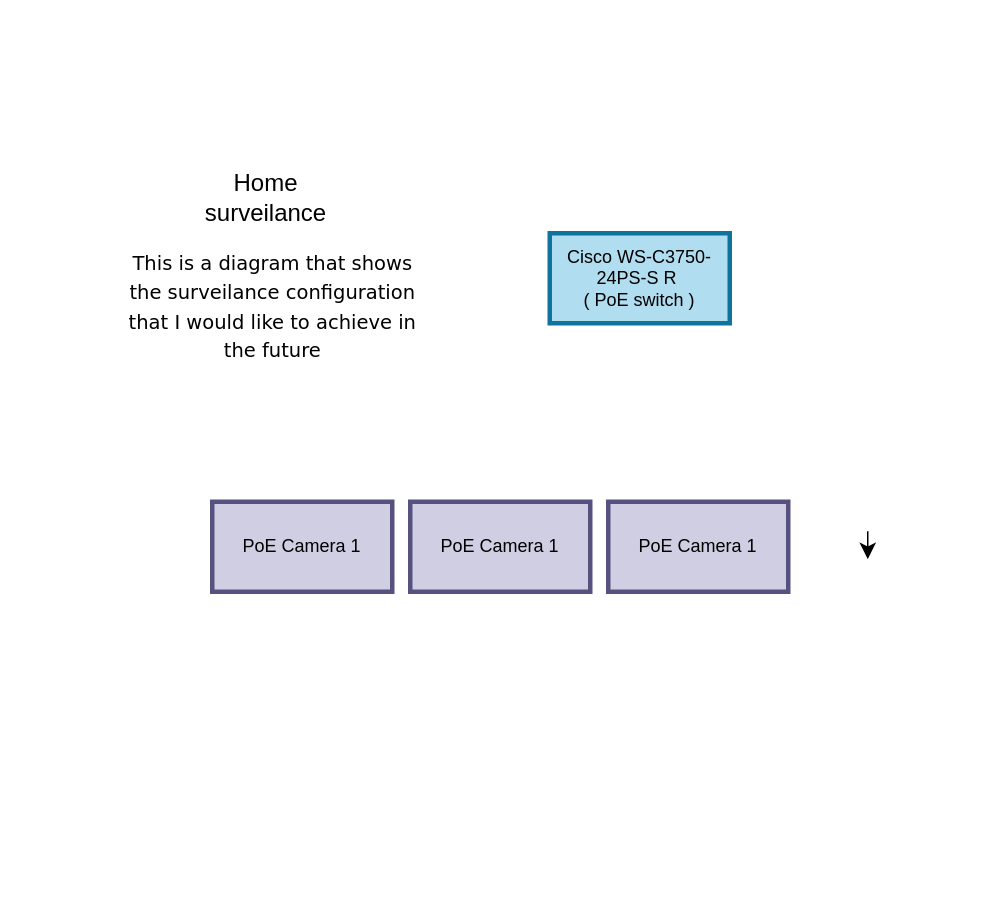
Before: info/Surveilance.drawio in AndreansxTech/Routing-in-the-stars, a draw.io diagram. Source tidied: cells renumbered, new cells numbered last; positions are measured from the earlier drawing's top-left corner, leaving out a move shared by most shapes. Both pictures are drawn from the tidied source at 150%, with x=0, y=0 at pixel (126, 174).
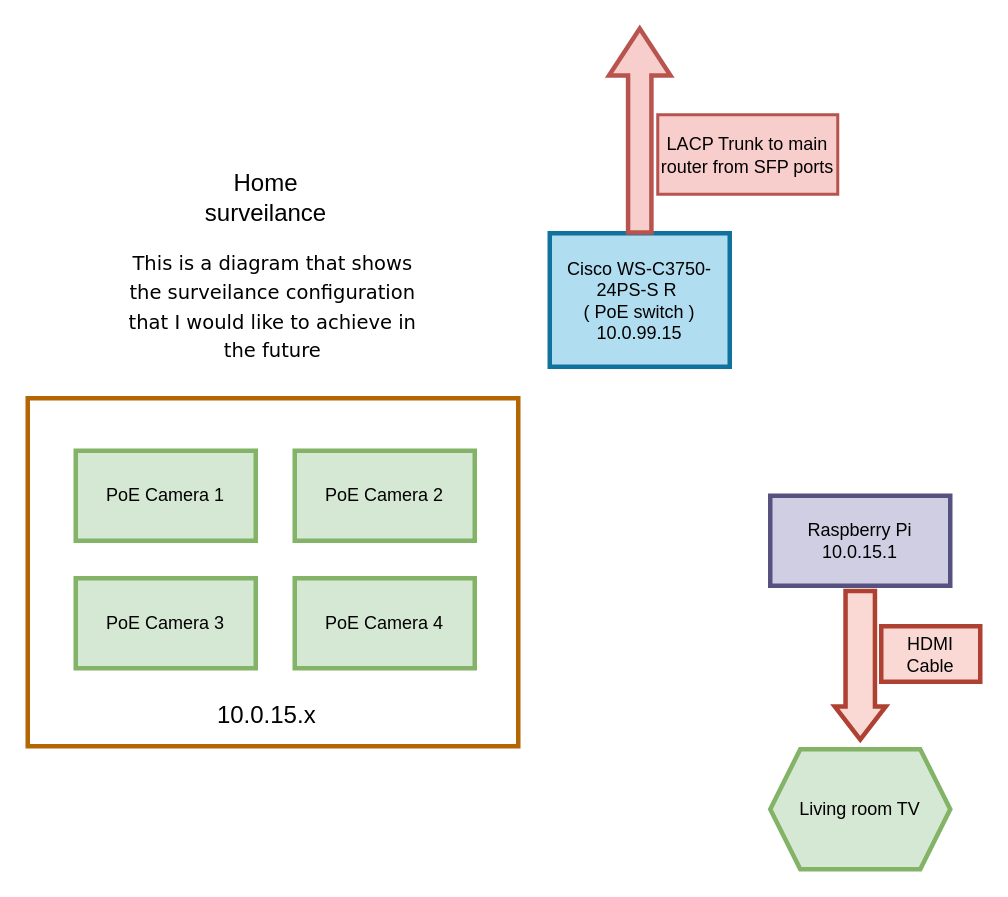
The same page after the edit.

The edit, as a diff of the source:
```diff
@@
 <mxGraphModel>
   <root>
     <mxCell id="0" />
     <mxCell id="1" parent="0" />
+    <mxCell id="9" style="whiteSpace=wrap;html=1;fillColor=none;strokeColor=#b46504;strokeWidth=3;" parent="1" vertex="1">
+      <mxGeometry x="-66" y="149" width="327" height="232" as="geometry" />
+    </mxCell>
     <mxCell id="2" value="Home surveilance" style="text;strokeColor=none;align=center;fillColor=none;html=1;verticalAlign=middle;whiteSpace=wrap;rounded=0;fontSize=16;" parent="1" vertex="1">
       <mxGeometry x="63" width="60" height="30" as="geometry" />
     </mxCell>
     <mxCell id="3" value="&lt;p&gt;&lt;font style=&quot;font-size: 13px;&quot; face=&quot;Verdana&quot;&gt;This is a diagram that shows the surveilance configuration that I would like to achieve in the future&lt;/font&gt;&lt;/p&gt;" style="text;strokeColor=none;align=center;fillColor=none;html=1;verticalAlign=middle;whiteSpace=wrap;rounded=0;fontSize=16;" parent="1" vertex="1">
       <mxGeometry y="39" width="195" height="96" as="geometry" />
     </mxCell>
-    <mxCell id="4" value="Cisco WS-C3750-24PS-S R&amp;nbsp;&lt;div&gt;( PoE switch )&lt;/div&gt;" style="whiteSpace=wrap;html=1;fillColor=#b1ddf0;strokeColor=#10739e;strokeWidth=3;" parent="1" vertex="1">
-      <mxGeometry x="282" y="39" width="120" height="60" as="geometry" />
+    <mxCell id="4" value="Cisco WS-C3750-24PS-S R&amp;nbsp;&lt;div&gt;( PoE switch )&lt;/div&gt;&lt;div&gt;10.0.99.15&lt;/div&gt;" style="whiteSpace=wrap;html=1;fillColor=#b1ddf0;strokeColor=#10739e;strokeWidth=3;" parent="1" vertex="1">
+      <mxGeometry x="282" y="39" width="120" height="89" as="geometry" />
     </mxCell>
-    <mxCell id="5" style="edgeStyle=none;curved=1;rounded=0;orthogonalLoop=1;jettySize=auto;html=1;fontSize=12;startSize=8;endSize=8;" parent="1" edge="1">
-      <mxGeometry relative="1" as="geometry">
-        <mxPoint x="494" y="237.7" as="sourcePoint" />
-        <mxPoint x="494" y="256.3" as="targetPoint" />
-      </mxGeometry>
-    </mxCell>
-    <mxCell id="6" value="PoE Camera 1" style="whiteSpace=wrap;html=1;fillColor=#d0cee2;strokeColor=#56517e;strokeWidth=3;" parent="1" vertex="1">
-      <mxGeometry x="57" y="218" width="120" height="60" as="geometry" />
+    <mxCell id="6" value="PoE Camera 1" style="whiteSpace=wrap;html=1;fillColor=#d5e8d4;strokeColor=#82b366;strokeWidth=3;" parent="1" vertex="1">
+      <mxGeometry x="-34" y="184" width="120" height="60" as="geometry" />
     </mxCell>
-    <mxCell id="7" value="PoE Camera 1" style="whiteSpace=wrap;html=1;fillColor=#d0cee2;strokeColor=#56517e;strokeWidth=3;" parent="1" vertex="1">
-      <mxGeometry x="189" y="218" width="120" height="60" as="geometry" />
+    <mxCell id="7" value="PoE Camera 2" style="whiteSpace=wrap;html=1;fillColor=#d5e8d4;strokeColor=#82b366;strokeWidth=3;" parent="1" vertex="1">
+      <mxGeometry x="112" y="184" width="120" height="60" as="geometry" />
     </mxCell>
-    <mxCell id="8" value="PoE Camera 1" style="whiteSpace=wrap;html=1;fillColor=#d0cee2;strokeColor=#56517e;strokeWidth=3;" parent="1" vertex="1">
-      <mxGeometry x="321" y="218" width="120" height="60" as="geometry" />
+    <mxCell id="8" value="PoE Camera 3" style="whiteSpace=wrap;html=1;fillColor=#d5e8d4;strokeColor=#82b366;strokeWidth=3;" parent="1" vertex="1">
+      <mxGeometry x="-34" y="269" width="120" height="60" as="geometry" />
     </mxCell>
+    <mxCell id="10" value="Raspberry Pi&lt;div&gt;10.0.15.1&lt;/div&gt;" style="whiteSpace=wrap;html=1;fillColor=#d0cee2;strokeColor=#56517e;strokeWidth=3;" parent="1" vertex="1">
+      <mxGeometry x="429" y="214" width="120" height="60" as="geometry" />
+    </mxCell>
+    <mxCell id="11" style="shape=singleArrow;whiteSpace=wrap;html=1;arrowWidth=0.5761904761904758;arrowSize=0.2225274725274722;rotation=90;fillColor=#fad9d5;strokeColor=#ae4132;strokeWidth=3;" parent="1" vertex="1">
+      <mxGeometry x="439.5" y="310" width="99" height="34" as="geometry" />
+    </mxCell>
+    <mxCell id="12" value="HDMI&lt;div&gt;Cable&lt;/div&gt;" style="whiteSpace=wrap;html=1;fillColor=#fad9d5;strokeColor=#ae4132;strokeWidth=3;" parent="1" vertex="1">
+      <mxGeometry x="503" y="301" width="66" height="37" as="geometry" />
+    </mxCell>
+    <mxCell id="13" value="10.0.15.x" style="text;html=1;align=center;verticalAlign=middle;strokeColor=none;fillColor=none;fontSize=16;" parent="1" vertex="1">
+      <mxGeometry x="51" y="344" width="84" height="31" as="geometry" />
+    </mxCell>
+    <mxCell id="14" value="PoE Camera 4" style="whiteSpace=wrap;html=1;fillColor=#d5e8d4;strokeColor=#82b366;strokeWidth=3;" parent="1" vertex="1">
+      <mxGeometry x="112" y="269" width="120" height="60" as="geometry" />
+    </mxCell>
+    <mxCell id="15" value="Living room TV" style="shape=hexagon;perimeter=hexagonPerimeter2;whiteSpace=wrap;html=1;fixedSize=1;fillColor=#d5e8d4;strokeColor=#82b366;strokeWidth=3;" parent="1" vertex="1">
+      <mxGeometry x="429" y="383" width="120" height="80" as="geometry" />
+    </mxCell>
+    <mxCell id="16" style="shape=singleArrow;whiteSpace=wrap;html=1;arrowWidth=0.3793103448275867;arrowSize=0.23022312373225162;rotation=-90;strokeWidth=3;fillColor=#f8cecc;strokeColor=#b85450;" parent="1" vertex="1">
+      <mxGeometry x="274" y="-50" width="136" height="41" as="geometry" />
+    </mxCell>
+    <mxCell id="17" value="LACP Trunk to main router from SFP ports" style="whiteSpace=wrap;html=1;fillColor=#f8cecc;strokeColor=#b85450;strokeWidth=2;" parent="1" vertex="1">
+      <mxGeometry x="354" y="-40" width="120" height="53" as="geometry" />
+    </mxCell>
   </root>
 </mxGraphModel>
```
